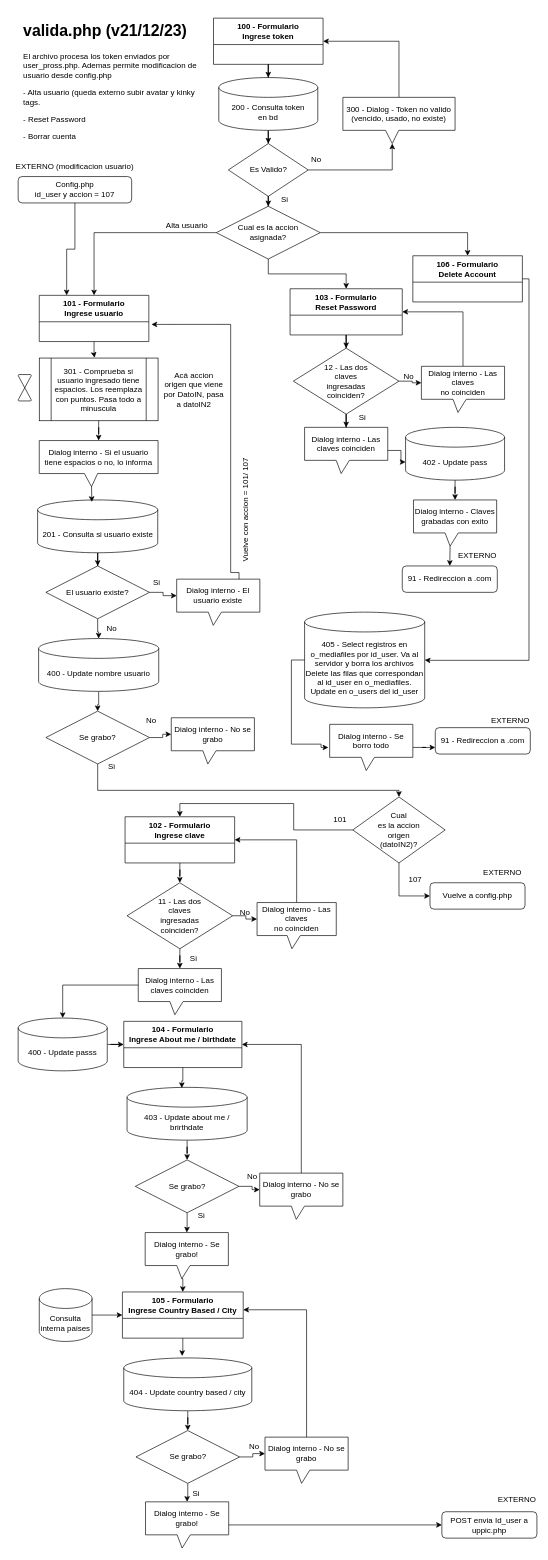
The draw.io diagram validaphp.drawio in MaxiFranz/TrayectoP, before the edit. Source tidied: cells renumbered, new cells numbered last; positions are measured from the earlier drawing's top-left corner, leaving out a move shared by most shapes. Both pictures are drawn from the tidied source at 66%, with x=0, y=0 at pixel (11, 18).
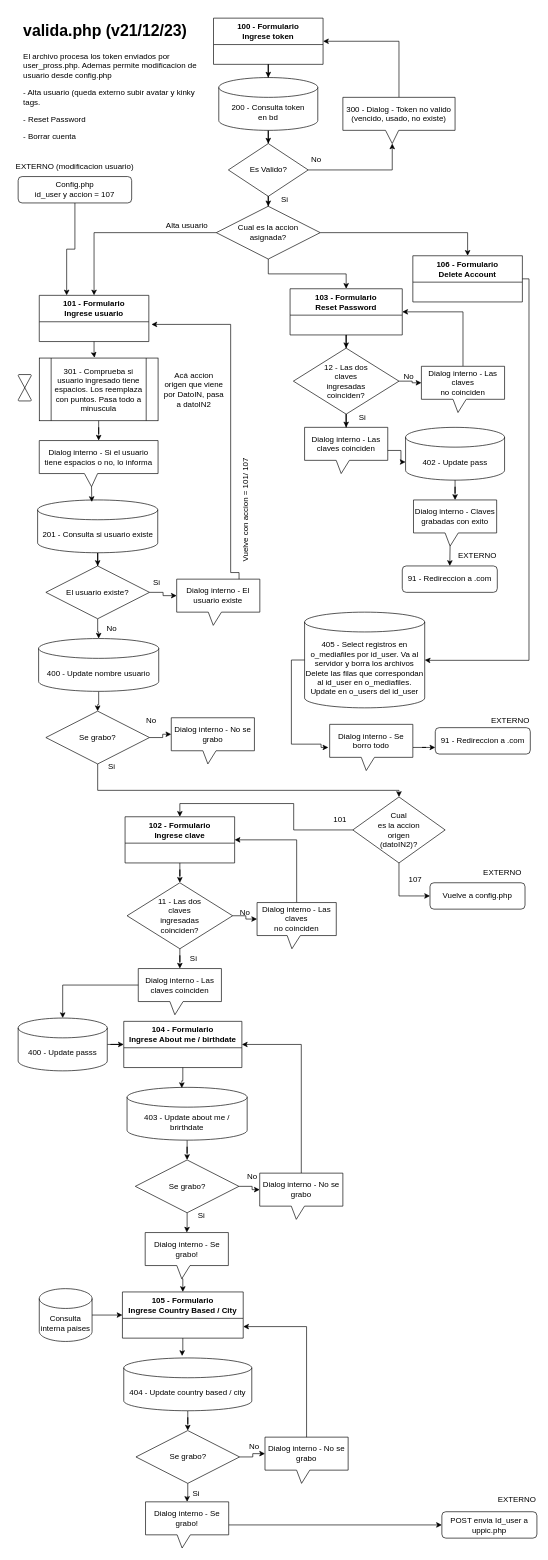
The same diagram, later.

Unchanged cells that the change refers to:
```xml
<mxCell id="82" value="105 - Formulario &lt;br&gt;Ingrese Country Based / City" style="swimlane;whiteSpace=wrap;html=1;startSize=40;" parent="1" vertex="1">
  <mxGeometry x="168" y="1930" width="183" height="70" as="geometry" />
</mxCell>
<mxCell id="90" value="Dialog interno - No se grabo" style="shape=callout;whiteSpace=wrap;html=1;perimeter=calloutPerimeter;position2=0.44;size=20;position=0.38;" parent="1" vertex="1">
  <mxGeometry x="384" y="2150" width="126" height="70" as="geometry" />
</mxCell>
```

Change to the diagram source:
```diff
@@
-    <mxCell id="92" style="edgeStyle=orthogonalEdgeStyle;rounded=0;jettySize=auto;html=1;entryX=1;entryY=0.386;entryDx=0;entryDy=0;entryPerimeter=0;exitX=0.5;exitY=0;exitDx=0;exitDy=0;exitPerimeter=0;" parent="1" edge="1" source="90" target="82">
+    <mxCell id="92" style="edgeStyle=orthogonalEdgeStyle;rounded=0;jettySize=auto;html=1;entryX=1;entryY=0.75;entryDx=0;entryDy=0;exitX=0.5;exitY=0;exitDx=0;exitDy=0;exitPerimeter=0;" parent="1" edge="1" source="90" target="82">
       <mxGeometry relative="1" as="geometry" />
     </mxCell>
```
